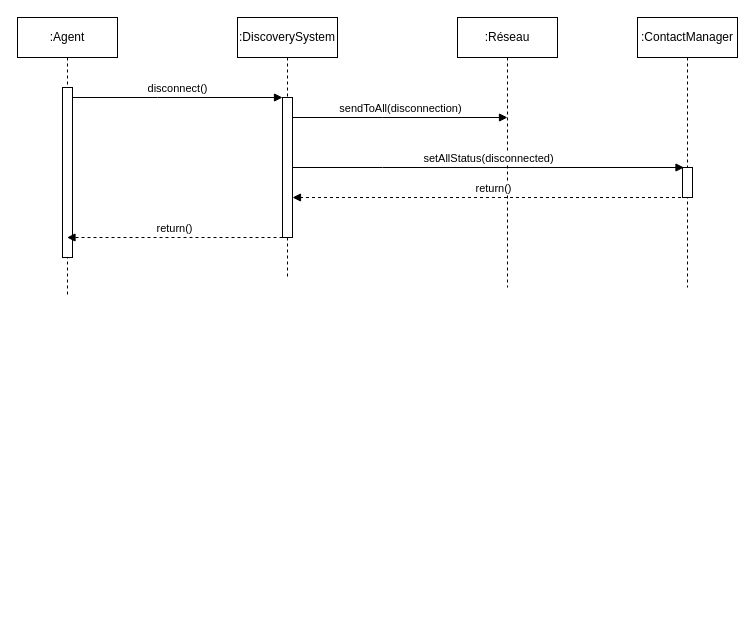
This is conception/Copie de SequenceDiagramDiscoverySystemDisconnection.drawio from insa-4ir-chatsystem/chatsystem-billard-slamnia, a draw.io file, before an edit. Source tidied: cells renumbered, new cells numbered last; positions are measured from the earlier drawing's top-left corner, leaving out a move shared by most shapes. Both pictures are drawn from the tidied source at 100%, with x=0, y=0 at pixel (17, 17).
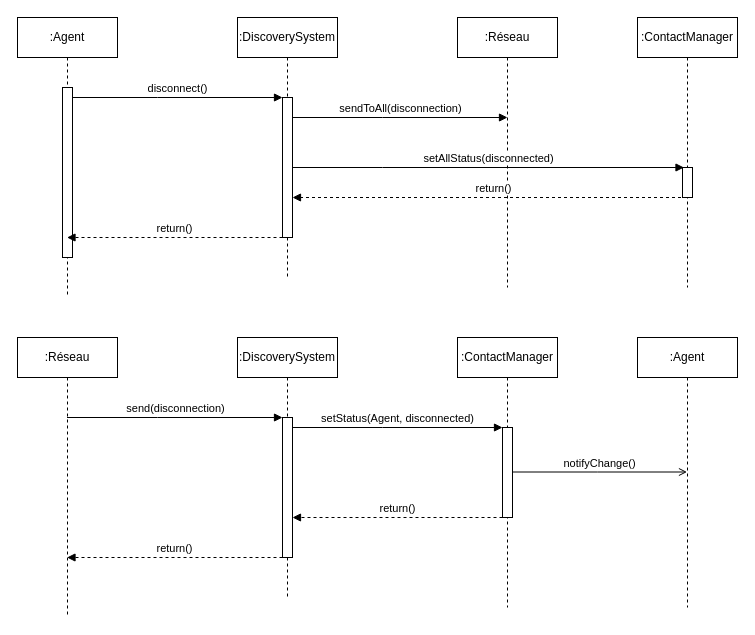
Above is the later version.

Commit message:
Mettre à jour Copie de SequenceDiagramDiscoverySystemDisconnection.drawio

The edit, as a diff of the source:
```diff
@@
+    <mxCell id="15" style="html=1;perimeter=orthogonalPerimeter;targetShapes=umlLifeline;newEdgeStyle={&quot;edgeStyle&quot;:&quot;elbowEdgeStyle&quot;,&quot;elbow&quot;:&quot;vertical&quot;,&quot;curved&quot;:0,&quot;rounded&quot;:0};" parent="1" vertex="1">
+      <mxGeometry x="265" y="460" width="10" height="60" as="geometry" />
+    </mxCell>
+    <mxCell id="16" value=":Réseau" style="shape=umlLifeline;perimeter=lifelinePerimeter;whiteSpace=wrap;html=1;outlineConnect=0;portConstraint=eastwest;newEdgeStyle={&quot;edgeStyle&quot;:&quot;elbowEdgeStyle&quot;,&quot;elbow&quot;:&quot;vertical&quot;,&quot;curved&quot;:0,&quot;rounded&quot;:0};" parent="1" vertex="1">
+      <mxGeometry y="320" width="100" height="280" as="geometry" />
+    </mxCell>
+    <mxCell id="17" value=":DiscoverySystem" style="shape=umlLifeline;perimeter=lifelinePerimeter;whiteSpace=wrap;html=1;newEdgeStyle={&quot;edgeStyle&quot;:&quot;elbowEdgeStyle&quot;,&quot;elbow&quot;:&quot;vertical&quot;,&quot;curved&quot;:0,&quot;rounded&quot;:0};" parent="1" vertex="1">
+      <mxGeometry x="220" y="320" width="100" height="260" as="geometry" />
+    </mxCell>
+    <mxCell id="18" style="html=1;points=[];perimeter=orthogonalPerimeter;outlineConnect=0;targetShapes=umlLifeline;portConstraint=eastwest;newEdgeStyle={&quot;edgeStyle&quot;:&quot;elbowEdgeStyle&quot;,&quot;elbow&quot;:&quot;vertical&quot;,&quot;curved&quot;:0,&quot;rounded&quot;:0};" parent="17" vertex="1">
+      <mxGeometry x="45" y="80" width="10" height="140" as="geometry" />
+    </mxCell>
+    <mxCell id="19" value="&lt;div&gt;send(disconnection)&lt;/div&gt;" style="html=1;verticalAlign=bottom;endArrow=block;edgeStyle=elbowEdgeStyle;elbow=vertical;curved=0;rounded=0;" parent="1" edge="1" source="16" target="18">
+      <mxGeometry relative="1" as="geometry">
+        <Array as="points">
+          <mxPoint x="140" y="400" />
+        </Array>
+      </mxGeometry>
+    </mxCell>
+    <mxCell id="20" value=":Agent" style="shape=umlLifeline;perimeter=lifelinePerimeter;whiteSpace=wrap;html=1;outlineConnect=0;portConstraint=eastwest;newEdgeStyle={&quot;edgeStyle&quot;:&quot;elbowEdgeStyle&quot;,&quot;elbow&quot;:&quot;vertical&quot;,&quot;curved&quot;:0,&quot;rounded&quot;:0};" parent="1" vertex="1">
+      <mxGeometry x="620" y="320" width="100" height="270" as="geometry" />
+    </mxCell>
+    <mxCell id="21" value=":ContactManager" style="shape=umlLifeline;perimeter=lifelinePerimeter;whiteSpace=wrap;html=1;newEdgeStyle={&quot;edgeStyle&quot;:&quot;elbowEdgeStyle&quot;,&quot;elbow&quot;:&quot;vertical&quot;,&quot;curved&quot;:0,&quot;rounded&quot;:0};" parent="1" vertex="1">
+      <mxGeometry x="440" y="320" width="100" height="270" as="geometry" />
+    </mxCell>
+    <mxCell id="22" style="html=1;points=[];perimeter=orthogonalPerimeter;outlineConnect=0;targetShapes=umlLifeline;portConstraint=eastwest;newEdgeStyle={&quot;edgeStyle&quot;:&quot;elbowEdgeStyle&quot;,&quot;elbow&quot;:&quot;vertical&quot;,&quot;curved&quot;:0,&quot;rounded&quot;:0};" parent="21" vertex="1">
+      <mxGeometry x="45" y="90" width="10" height="90" as="geometry" />
+    </mxCell>
+    <mxCell id="23" value="&lt;div&gt;setStatus(Agent, disconnected)&lt;/div&gt;" style="html=1;verticalAlign=bottom;endArrow=block;edgeStyle=elbowEdgeStyle;elbow=vertical;curved=0;rounded=0;" parent="1" edge="1" target="22">
+      <mxGeometry relative="1" as="geometry">
+        <mxPoint x="275" y="410" as="sourcePoint" />
+        <Array as="points">
+          <mxPoint x="365" y="410" />
+        </Array>
+      </mxGeometry>
+    </mxCell>
+    <mxCell id="24" value="return()" style="html=1;verticalAlign=bottom;endArrow=block;edgeStyle=elbowEdgeStyle;elbow=vertical;curved=0;rounded=0;dashed=1;" parent="1" edge="1" source="22">
+      <mxGeometry relative="1" as="geometry">
+        <mxPoint x="275" y="500" as="targetPoint" />
+        <Array as="points">
+          <mxPoint x="380" y="500" />
+        </Array>
+      </mxGeometry>
+    </mxCell>
+    <mxCell id="25" value="return()" style="html=1;verticalAlign=bottom;endArrow=block;edgeStyle=elbowEdgeStyle;elbow=vertical;curved=0;rounded=0;dashed=1;" parent="1" edge="1">
+      <mxGeometry relative="1" as="geometry">
+        <mxPoint x="265" y="540" as="sourcePoint" />
+        <mxPoint x="49.5" y="540" as="targetPoint" />
+        <Array as="points">
+          <mxPoint x="160" y="540" />
+        </Array>
+      </mxGeometry>
+    </mxCell>
+    <mxCell id="26" value="notifyChange()" style="html=1;verticalAlign=bottom;endArrow=open;edgeStyle=elbowEdgeStyle;elbow=vertical;curved=0;rounded=0;endFill=0;" parent="1" edge="1" source="22" target="20">
+      <mxGeometry relative="1" as="geometry">
+        <Array as="points">
+          <mxPoint x="580" y="454.5" />
+        </Array>
+      </mxGeometry>
+    </mxCell>
```
